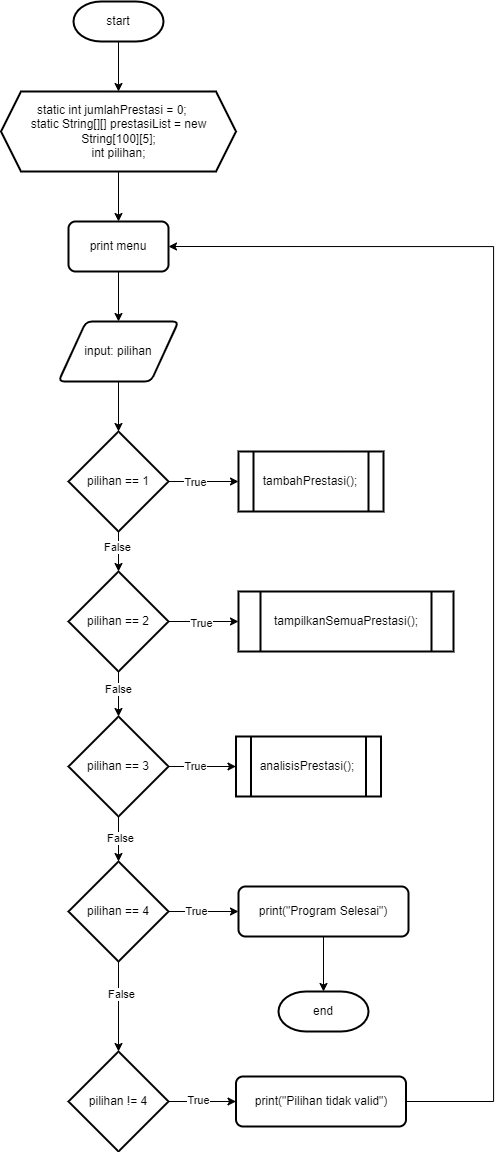
Before: flowchart/fungsi_main.png, a diagram exported from draw.io (daffaputra09/jobsheet-studi-kasus). Source tidied: cells renumbered, new cells last; positions are measured from the earlier drawing's top-left corner, leaving out a move shared by most shapes. Source of this version:
```xml
<mxGraphModel>
  <root>
    <mxCell id="0" />
    <mxCell id="1" parent="0" />
    <mxCell id="2" style="edgeStyle=orthogonalEdgeStyle;rounded=0;jettySize=auto;html=1;" parent="1" edge="1" source="3" target="5">
      <mxGeometry relative="1" as="geometry" />
    </mxCell>
    <mxCell id="3" value="start" style="strokeWidth=2;html=1;shape=mxgraph.flowchart.terminator;whiteSpace=wrap;" parent="1" vertex="1">
      <mxGeometry x="72" width="90" height="40" as="geometry" />
    </mxCell>
    <mxCell id="4" style="edgeStyle=orthogonalEdgeStyle;rounded=0;jettySize=auto;html=1;" parent="1" edge="1" source="5" target="17">
      <mxGeometry relative="1" as="geometry" />
    </mxCell>
    <mxCell id="5" value="&lt;div&gt;static int jumlahPrestasi = 0;&amp;nbsp; &amp;nbsp;&amp;nbsp;&lt;/div&gt;&lt;div&gt;static String[][] prestasiList = new String[100][5];&lt;/div&gt;&lt;div&gt;int pilihan;&lt;/div&gt;" style="shape=hexagon;perimeter=hexagonPerimeter2;whiteSpace=wrap;html=1;fixedSize=1;strokeWidth=2;" parent="1" vertex="1">
      <mxGeometry x="-0.5" y="90" width="235" height="80" as="geometry" />
    </mxCell>
    <mxCell id="6" style="edgeStyle=orthogonalEdgeStyle;rounded=0;jettySize=auto;html=1;" parent="1" edge="1" source="8" target="39">
      <mxGeometry relative="1" as="geometry" />
    </mxCell>
    <mxCell id="7" value="True" style="edgeLabel;html=1;align=center;verticalAlign=middle;" parent="6" vertex="1">
      <mxGeometry x="-0.14" y="2" relative="1" as="geometry" />
    </mxCell>
    <mxCell id="8" value="pilihan != 4" style="strokeWidth=2;html=1;shape=mxgraph.flowchart.decision;whiteSpace=wrap;" parent="1" vertex="1">
      <mxGeometry x="67" y="1050" width="100" height="100" as="geometry" />
    </mxCell>
    <mxCell id="9" style="edgeStyle=orthogonalEdgeStyle;rounded=0;jettySize=auto;html=1;" parent="1" edge="1" source="10" target="15">
      <mxGeometry relative="1" as="geometry" />
    </mxCell>
    <mxCell id="10" value="input: pilihan" style="shape=parallelogram;html=1;strokeWidth=2;perimeter=parallelogramPerimeter;whiteSpace=wrap;rounded=1;arcSize=12;size=0.23;" parent="1" vertex="1">
      <mxGeometry x="57" y="320" width="120" height="60" as="geometry" />
    </mxCell>
    <mxCell id="11" style="edgeStyle=orthogonalEdgeStyle;rounded=0;jettySize=auto;html=1;" parent="1" edge="1" source="15" target="18">
      <mxGeometry relative="1" as="geometry" />
    </mxCell>
    <mxCell id="12" value="True" style="edgeLabel;html=1;align=center;verticalAlign=middle;" parent="11" vertex="1">
      <mxGeometry x="-0.26" relative="1" as="geometry" />
    </mxCell>
    <mxCell id="13" style="edgeStyle=orthogonalEdgeStyle;rounded=0;jettySize=auto;html=1;" parent="1" edge="1" source="15" target="23">
      <mxGeometry relative="1" as="geometry" />
    </mxCell>
    <mxCell id="14" value="False" style="edgeLabel;html=1;align=center;verticalAlign=middle;" parent="13" vertex="1">
      <mxGeometry x="-0.22" y="-2" relative="1" as="geometry" />
    </mxCell>
    <mxCell id="15" value="pilihan == 1" style="strokeWidth=2;html=1;shape=mxgraph.flowchart.decision;whiteSpace=wrap;" parent="1" vertex="1">
      <mxGeometry x="67" y="430" width="100" height="100" as="geometry" />
    </mxCell>
    <mxCell id="16" style="edgeStyle=orthogonalEdgeStyle;rounded=0;jettySize=auto;html=1;" parent="1" edge="1" source="17" target="10">
      <mxGeometry relative="1" as="geometry" />
    </mxCell>
    <mxCell id="17" value="print menu" style="rounded=1;whiteSpace=wrap;html=1;absoluteArcSize=1;arcSize=14;strokeWidth=2;" parent="1" vertex="1">
      <mxGeometry x="67" y="220" width="100" height="50" as="geometry" />
    </mxCell>
    <mxCell id="18" value="tambahPrestasi();" style="shape=process;whiteSpace=wrap;html=1;backgroundOutline=1;strokeWidth=2;" parent="1" vertex="1">
      <mxGeometry x="237" y="450" width="145" height="60" as="geometry" />
    </mxCell>
    <mxCell id="19" style="edgeStyle=orthogonalEdgeStyle;rounded=0;jettySize=auto;html=1;" parent="1" edge="1" source="23" target="24">
      <mxGeometry relative="1" as="geometry" />
    </mxCell>
    <mxCell id="20" value="True" style="edgeLabel;html=1;align=center;verticalAlign=middle;" parent="19" vertex="1">
      <mxGeometry x="-0.06" y="-1" relative="1" as="geometry" />
    </mxCell>
    <mxCell id="21" style="edgeStyle=orthogonalEdgeStyle;rounded=0;jettySize=auto;html=1;" parent="1" edge="1" source="23" target="29">
      <mxGeometry relative="1" as="geometry" />
    </mxCell>
    <mxCell id="22" value="False" style="edgeLabel;html=1;align=center;verticalAlign=middle;" parent="21" vertex="1">
      <mxGeometry x="-0.27" y="-1" relative="1" as="geometry" />
    </mxCell>
    <mxCell id="23" value="pilihan == 2" style="strokeWidth=2;html=1;shape=mxgraph.flowchart.decision;whiteSpace=wrap;" parent="1" vertex="1">
      <mxGeometry x="67" y="570" width="100" height="100" as="geometry" />
    </mxCell>
    <mxCell id="24" value="&lt;div&gt;tampilkanSemuaPrestasi();&lt;/div&gt;" style="shape=process;whiteSpace=wrap;html=1;backgroundOutline=1;strokeWidth=2;" parent="1" vertex="1">
      <mxGeometry x="237" y="590" width="215" height="60" as="geometry" />
    </mxCell>
    <mxCell id="25" style="edgeStyle=orthogonalEdgeStyle;rounded=0;jettySize=auto;html=1;" parent="1" edge="1" source="29" target="30">
      <mxGeometry relative="1" as="geometry" />
    </mxCell>
    <mxCell id="26" value="True" style="edgeLabel;html=1;align=center;verticalAlign=middle;" parent="25" vertex="1">
      <mxGeometry x="-0.24" y="1" relative="1" as="geometry" />
    </mxCell>
    <mxCell id="27" style="edgeStyle=orthogonalEdgeStyle;rounded=0;jettySize=auto;html=1;" parent="1" edge="1" source="29" target="35">
      <mxGeometry relative="1" as="geometry" />
    </mxCell>
    <mxCell id="28" value="False" style="edgeLabel;html=1;align=center;verticalAlign=middle;" parent="27" vertex="1">
      <mxGeometry x="-0.05" y="1" relative="1" as="geometry" />
    </mxCell>
    <mxCell id="29" value="pilihan == 3" style="strokeWidth=2;html=1;shape=mxgraph.flowchart.decision;whiteSpace=wrap;" parent="1" vertex="1">
      <mxGeometry x="67" y="715" width="100" height="100" as="geometry" />
    </mxCell>
    <mxCell id="30" value="analisisPrestasi();" style="shape=process;whiteSpace=wrap;html=1;backgroundOutline=1;strokeWidth=2;" parent="1" vertex="1">
      <mxGeometry x="234.5" y="735" width="145" height="60" as="geometry" />
    </mxCell>
    <mxCell id="31" style="edgeStyle=orthogonalEdgeStyle;rounded=0;jettySize=auto;html=1;" parent="1" edge="1" source="35" target="37">
      <mxGeometry relative="1" as="geometry" />
    </mxCell>
    <mxCell id="32" value="True" style="edgeLabel;html=1;align=center;verticalAlign=middle;" parent="31" vertex="1">
      <mxGeometry x="-0.22" y="1" relative="1" as="geometry" />
    </mxCell>
    <mxCell id="33" style="edgeStyle=orthogonalEdgeStyle;rounded=0;jettySize=auto;html=1;" parent="1" edge="1" source="35" target="8">
      <mxGeometry relative="1" as="geometry" />
    </mxCell>
    <mxCell id="34" value="False" style="edgeLabel;html=1;align=center;verticalAlign=middle;" parent="33" vertex="1">
      <mxGeometry x="-0.27" y="2" relative="1" as="geometry" />
    </mxCell>
    <mxCell id="35" value="pilihan == 4" style="strokeWidth=2;html=1;shape=mxgraph.flowchart.decision;whiteSpace=wrap;" parent="1" vertex="1">
      <mxGeometry x="67" y="860" width="100" height="100" as="geometry" />
    </mxCell>
    <mxCell id="36" style="edgeStyle=orthogonalEdgeStyle;rounded=0;jettySize=auto;html=1;" parent="1" edge="1" source="37" target="40">
      <mxGeometry relative="1" as="geometry" />
    </mxCell>
    <mxCell id="37" value="print(&quot;Program Selesai&quot;)" style="rounded=1;whiteSpace=wrap;html=1;absoluteArcSize=1;arcSize=14;strokeWidth=2;" parent="1" vertex="1">
      <mxGeometry x="237" y="885" width="170" height="50" as="geometry" />
    </mxCell>
    <mxCell id="38" style="edgeStyle=orthogonalEdgeStyle;rounded=0;jettySize=auto;html=1;exitX=1;exitY=0.5;exitDx=0;exitDy=0;entryX=1;entryY=0.5;entryDx=0;entryDy=0;" parent="1" edge="1" source="39" target="17">
      <mxGeometry relative="1" as="geometry">
        <Array as="points">
          <mxPoint x="492" y="1100" />
          <mxPoint x="492" y="245" />
        </Array>
      </mxGeometry>
    </mxCell>
    <mxCell id="39" value="print(&quot;Pilihan tidak valid&quot;)" style="rounded=1;whiteSpace=wrap;html=1;absoluteArcSize=1;arcSize=14;strokeWidth=2;" parent="1" vertex="1">
      <mxGeometry x="234.5" y="1075" width="170" height="50" as="geometry" />
    </mxCell>
    <mxCell id="40" value="end" style="strokeWidth=2;html=1;shape=mxgraph.flowchart.terminator;whiteSpace=wrap;" parent="1" vertex="1">
      <mxGeometry x="277" y="990" width="90" height="40" as="geometry" />
    </mxCell>
  </root>
</mxGraphModel>
```
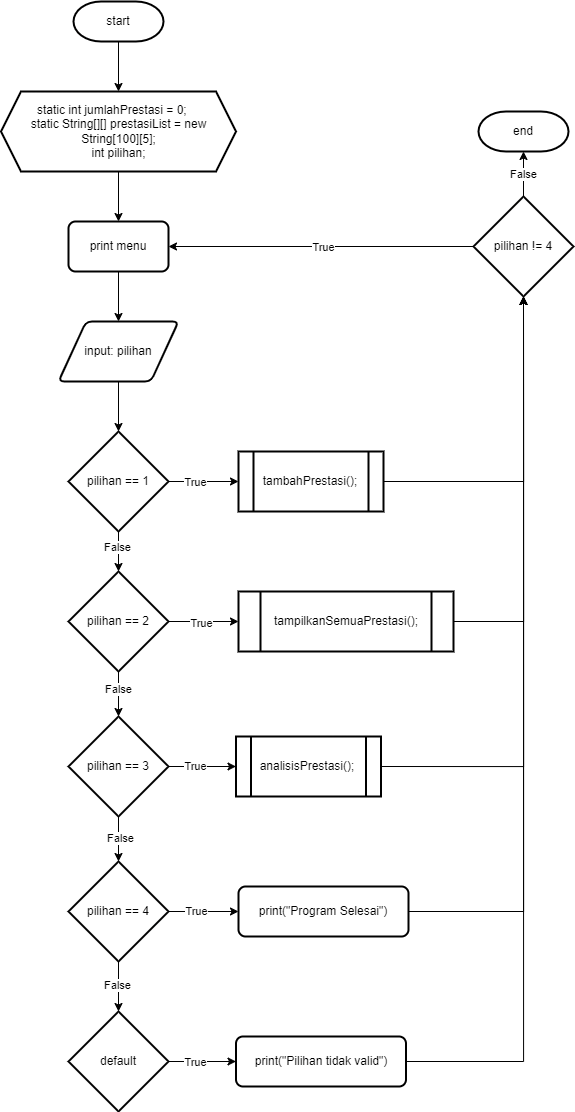
The same file after the commit.

Commit message:
Daffa: update tambahPrestasi & repair flowchart main & flowchart tampilkanSemuaPrestasi

The edit, as a diff of the source:
```diff
@@ -14,14 +14,22 @@
     <mxCell id="5" value="&lt;div&gt;static int jumlahPrestasi = 0;&amp;nbsp; &amp;nbsp;&amp;nbsp;&lt;/div&gt;&lt;div&gt;static String[][] prestasiList = new String[100][5];&lt;/div&gt;&lt;div&gt;int pilihan;&lt;/div&gt;" style="shape=hexagon;perimeter=hexagonPerimeter2;whiteSpace=wrap;html=1;fixedSize=1;strokeWidth=2;" parent="1" vertex="1">
       <mxGeometry x="-0.5" y="90" width="235" height="80" as="geometry" />
     </mxCell>
-    <mxCell id="6" style="edgeStyle=orthogonalEdgeStyle;rounded=0;jettySize=auto;html=1;" parent="1" edge="1" source="8" target="39">
-      <mxGeometry relative="1" as="geometry" />
-    </mxCell>
-    <mxCell id="7" value="True" style="edgeLabel;html=1;align=center;verticalAlign=middle;" parent="6" vertex="1">
-      <mxGeometry x="-0.14" y="2" relative="1" as="geometry" />
-    </mxCell>
+    <mxCell id="41" style="edgeStyle=orthogonalEdgeStyle;rounded=0;jettySize=auto;html=1;exitX=0;exitY=0.5;exitDx=0;exitDy=0;exitPerimeter=0;entryX=1;entryY=0.5;entryDx=0;entryDy=0;" parent="1" edge="1" source="8" target="17">
+      <mxGeometry relative="1" as="geometry" />
+    </mxCell>
+    <mxCell id="42" value="True" style="edgeLabel;html=1;align=center;verticalAlign=middle;" parent="41" vertex="1">
+      <mxGeometry x="-0.01" y="3" relative="1" as="geometry">
+        <mxPoint y="-3" as="offset" />
+      </mxGeometry>
+    </mxCell>
+    <mxCell id="43" style="edgeStyle=orthogonalEdgeStyle;rounded=0;jettySize=auto;html=1;" parent="1" edge="1" source="8" target="40">
+      <mxGeometry relative="1" as="geometry" />
+    </mxCell>
+    <mxCell id="44" value="False" style="edgeLabel;html=1;align=center;verticalAlign=middle;" parent="43" vertex="1">
+      <mxGeometry x="0.02" y="1" relative="1" as="geometry" />
+    </mxCell>
     <mxCell id="8" value="pilihan != 4" style="strokeWidth=2;html=1;shape=mxgraph.flowchart.decision;whiteSpace=wrap;" parent="1" vertex="1">
-      <mxGeometry x="67" y="1050" width="100" height="100" as="geometry" />
+      <mxGeometry x="472" y="195" width="100" height="100" as="geometry" />
     </mxCell>
     <mxCell id="9" style="edgeStyle=orthogonalEdgeStyle;rounded=0;jettySize=auto;html=1;" parent="1" edge="1" source="10" target="15">
       <mxGeometry relative="1" as="geometry" />
@@ -95,34 +103,47 @@
     <mxCell id="32" value="True" style="edgeLabel;html=1;align=center;verticalAlign=middle;" parent="31" vertex="1">
       <mxGeometry x="-0.22" y="1" relative="1" as="geometry" />
     </mxCell>
-    <mxCell id="33" style="edgeStyle=orthogonalEdgeStyle;rounded=0;jettySize=auto;html=1;" parent="1" edge="1" source="35" target="8">
-      <mxGeometry relative="1" as="geometry" />
-    </mxCell>
-    <mxCell id="34" value="False" style="edgeLabel;html=1;align=center;verticalAlign=middle;" parent="33" vertex="1">
-      <mxGeometry x="-0.27" y="2" relative="1" as="geometry" />
-    </mxCell>
+    <mxCell id="45" style="edgeStyle=orthogonalEdgeStyle;rounded=0;jettySize=auto;html=1;" parent="1" edge="1" source="35" target="49">
+      <mxGeometry relative="1" as="geometry" />
+    </mxCell>
+    <mxCell id="46" value="False" style="edgeLabel;html=1;align=center;verticalAlign=middle;" parent="45" vertex="1">
+      <mxGeometry x="-0.1" y="-2" relative="1" as="geometry" />
+    </mxCell>
     <mxCell id="35" value="pilihan == 4" style="strokeWidth=2;html=1;shape=mxgraph.flowchart.decision;whiteSpace=wrap;" parent="1" vertex="1">
       <mxGeometry x="67" y="860" width="100" height="100" as="geometry" />
     </mxCell>
-    <mxCell id="36" style="edgeStyle=orthogonalEdgeStyle;rounded=0;jettySize=auto;html=1;" parent="1" edge="1" source="37" target="40">
-      <mxGeometry relative="1" as="geometry" />
-    </mxCell>
     <mxCell id="37" value="print(&quot;Program Selesai&quot;)" style="rounded=1;whiteSpace=wrap;html=1;absoluteArcSize=1;arcSize=14;strokeWidth=2;" parent="1" vertex="1">
       <mxGeometry x="237" y="885" width="170" height="50" as="geometry" />
     </mxCell>
-    <mxCell id="38" style="edgeStyle=orthogonalEdgeStyle;rounded=0;jettySize=auto;html=1;exitX=1;exitY=0.5;exitDx=0;exitDy=0;entryX=1;entryY=0.5;entryDx=0;entryDy=0;" parent="1" edge="1" source="39" target="17">
-      <mxGeometry relative="1" as="geometry">
-        <Array as="points">
-          <mxPoint x="492" y="1100" />
-          <mxPoint x="492" y="245" />
-        </Array>
-      </mxGeometry>
-    </mxCell>
+    <mxCell id="47" style="edgeStyle=orthogonalEdgeStyle;rounded=0;jettySize=auto;html=1;" parent="1" edge="1" source="49" target="39">
+      <mxGeometry relative="1" as="geometry" />
+    </mxCell>
+    <mxCell id="48" value="True" style="edgeLabel;html=1;align=center;verticalAlign=middle;" parent="47" vertex="1">
+      <mxGeometry x="-0.21" relative="1" as="geometry" />
+    </mxCell>
+    <mxCell id="49" value="default" style="strokeWidth=2;html=1;shape=mxgraph.flowchart.decision;whiteSpace=wrap;" parent="1" vertex="1">
+      <mxGeometry x="67" y="1010" width="100" height="100" as="geometry" />
+    </mxCell>
     <mxCell id="39" value="print(&quot;Pilihan tidak valid&quot;)" style="rounded=1;whiteSpace=wrap;html=1;absoluteArcSize=1;arcSize=14;strokeWidth=2;" parent="1" vertex="1">
-      <mxGeometry x="234.5" y="1075" width="170" height="50" as="geometry" />
+      <mxGeometry x="234.5" y="1035" width="170" height="50" as="geometry" />
     </mxCell>
+    <mxCell id="50" style="edgeStyle=orthogonalEdgeStyle;rounded=0;jettySize=auto;html=1;exitX=1;exitY=0.5;exitDx=0;exitDy=0;entryX=0.5;entryY=1;entryDx=0;entryDy=0;entryPerimeter=0;" parent="1" edge="1" source="18" target="8">
+      <mxGeometry relative="1" as="geometry" />
+    </mxCell>
+    <mxCell id="51" style="edgeStyle=orthogonalEdgeStyle;rounded=0;jettySize=auto;html=1;exitX=1;exitY=0.5;exitDx=0;exitDy=0;entryX=0.5;entryY=1;entryDx=0;entryDy=0;entryPerimeter=0;" parent="1" edge="1" source="24" target="8">
+      <mxGeometry relative="1" as="geometry" />
+    </mxCell>
+    <mxCell id="52" style="edgeStyle=orthogonalEdgeStyle;rounded=0;jettySize=auto;html=1;exitX=1;exitY=0.5;exitDx=0;exitDy=0;entryX=0.5;entryY=1;entryDx=0;entryDy=0;entryPerimeter=0;" parent="1" edge="1" source="30" target="8">
+      <mxGeometry relative="1" as="geometry" />
+    </mxCell>
+    <mxCell id="53" style="edgeStyle=orthogonalEdgeStyle;rounded=0;jettySize=auto;html=1;exitX=1;exitY=0.5;exitDx=0;exitDy=0;entryX=0.5;entryY=1;entryDx=0;entryDy=0;entryPerimeter=0;" parent="1" edge="1" source="37" target="8">
+      <mxGeometry relative="1" as="geometry" />
+    </mxCell>
+    <mxCell id="54" style="edgeStyle=orthogonalEdgeStyle;rounded=0;jettySize=auto;html=1;exitX=1;exitY=0.5;exitDx=0;exitDy=0;entryX=0.5;entryY=1;entryDx=0;entryDy=0;entryPerimeter=0;" parent="1" edge="1" source="39" target="8">
+      <mxGeometry relative="1" as="geometry" />
+    </mxCell>
     <mxCell id="40" value="end" style="strokeWidth=2;html=1;shape=mxgraph.flowchart.terminator;whiteSpace=wrap;" parent="1" vertex="1">
-      <mxGeometry x="277" y="990" width="90" height="40" as="geometry" />
+      <mxGeometry x="477" y="110" width="90" height="40" as="geometry" />
     </mxCell>
   </root>
 </mxGraphModel>
```
